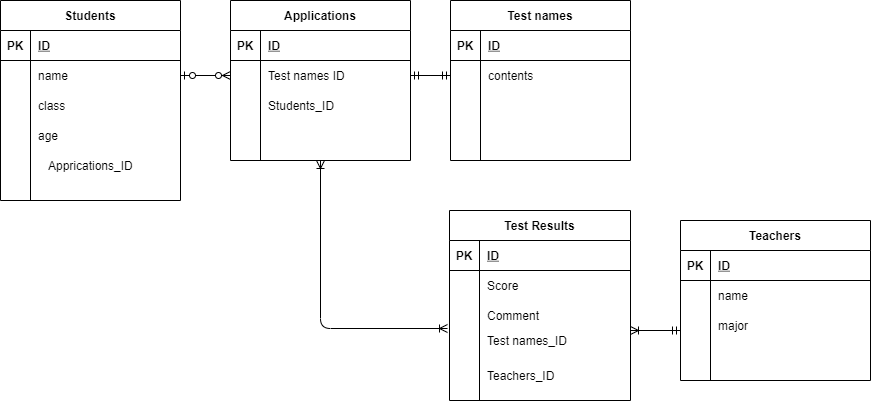
Earlier version of the draw.io export .drawio.png (mioirie/20220103omi). Source tidied: cells renumbered, new cells last; positions are measured from the earlier drawing's top-left corner, leaving out a move shared by most shapes.
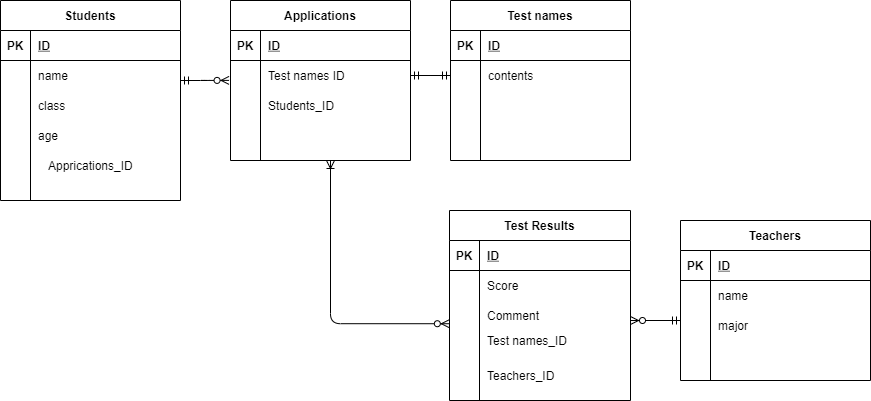
Later version of the same file.

Change to the diagram source:
```diff
@@ -208,20 +208,24 @@
     <mxCell id="69" value="Teachers_ID" style="shape=partialRectangle;fillColor=none;top=0;left=0;bottom=0;right=0;align=left;spacingLeft=6;overflow=hidden;" parent="1" vertex="1">
       <mxGeometry x="479" y="360" width="151" height="30" as="geometry" />
     </mxCell>
-    <mxCell id="70" style="fontSize=12;html=1;endArrow=ERzeroToMany;startArrow=ERzeroToOne;entryX=0;entryY=0.5;entryDx=0;entryDy=0;exitX=1;exitY=0.5;exitDx=0;exitDy=0;" parent="1" edge="1" source="6" target="58">
-      <mxGeometry relative="1" as="geometry" />
-    </mxCell>
-    <mxCell id="71" style="fontSize=12;html=1;endArrow=ERoneToMany;startArrow=ERmandOne;" parent="1" edge="1">
-      <mxGeometry relative="1" as="geometry">
-        <mxPoint x="680" y="330" as="sourcePoint" />
-        <mxPoint x="630" y="330" as="targetPoint" />
-      </mxGeometry>
-    </mxCell>
     <mxCell id="72" style="edgeStyle=entityRelationEdgeStyle;fontSize=12;html=1;endArrow=ERmandOne;startArrow=ERmandOne;entryX=0;entryY=0.5;entryDx=0;entryDy=0;exitX=1;exitY=0.5;exitDx=0;exitDy=0;" parent="1" edge="1" source="58" target="32">
       <mxGeometry relative="1" as="geometry" />
     </mxCell>
-    <mxCell id="73" style="edgeStyle=orthogonalEdgeStyle;fontSize=12;html=1;endArrow=ERoneToMany;startArrow=ERoneToMany;exitX=0.5;exitY=1;exitDx=0;exitDy=0;entryX=-0.011;entryY=-0.1;entryDx=0;entryDy=0;entryPerimeter=0;" parent="1" edge="1" source="54" target="51">
-      <mxGeometry relative="1" as="geometry" />
-    </mxCell>
+    <mxCell id="74" style="edgeStyle=entityRelationEdgeStyle;fontSize=12;html=1;endArrow=ERzeroToMany;startArrow=ERmandOne;entryX=-0.008;entryY=0.663;entryDx=0;entryDy=0;entryPerimeter=0;" parent="1" edge="1" target="58">
+      <mxGeometry relative="1" as="geometry">
+        <mxPoint x="180" y="80" as="sourcePoint" />
+      </mxGeometry>
+    </mxCell>
+    <mxCell id="75" style="edgeStyle=orthogonalEdgeStyle;fontSize=12;html=1;endArrow=ERoneToMany;startArrow=ERzeroToMany;exitX=-0.001;exitY=0.774;exitDx=0;exitDy=0;exitPerimeter=0;" parent="1" edge="1" source="48">
+      <mxGeometry relative="1" as="geometry">
+        <mxPoint x="330" y="160" as="targetPoint" />
+      </mxGeometry>
+    </mxCell>
+    <mxCell id="76" style="fontSize=12;html=1;endArrow=ERzeroToMany;startArrow=ERmandOne;" parent="1" edge="1">
+      <mxGeometry relative="1" as="geometry">
+        <mxPoint x="680" y="320" as="sourcePoint" />
+        <mxPoint x="630" y="320" as="targetPoint" />
+      </mxGeometry>
+    </mxCell>
   </root>
 </mxGraphModel>
```
